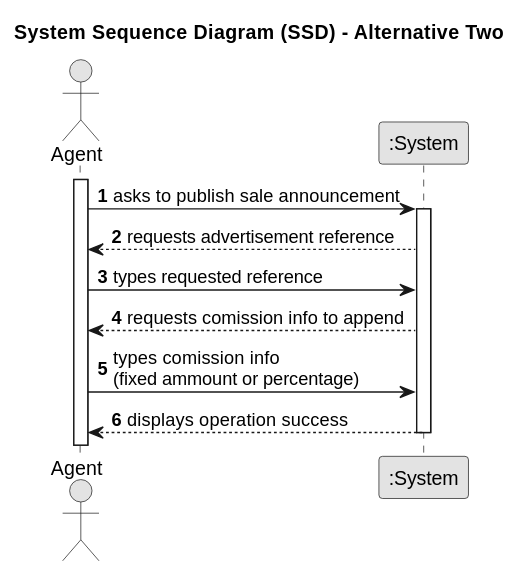
Earlier version of the PlantUML export docs/sprintA/us002/01.requirements-engineering/svg/us002-system-sequence-diagram-alternative-two.svg (PEDROMOREIRA45/lei-23-s2-1dg-g31). The source it was exported from:
```plantuml
@startuml
skinparam monochrome true
skinparam packageStyle rectangle
skinparam shadowing false

title System Sequence Diagram (SSD) - Alternative Two

autonumber

actor "Agent" as Agent
participant ":System" as System

activate Agent

    Agent -> System : asks to publish sale announcement
    activate System

        System --> Agent : requests advertisement reference

        Agent -> System : types requested reference

        System --> Agent : requests comission info to append

        Agent -> System : types comission info\n(fixed ammount or percentage)

        System --> Agent : displays operation success
    deactivate System

@enduml
```
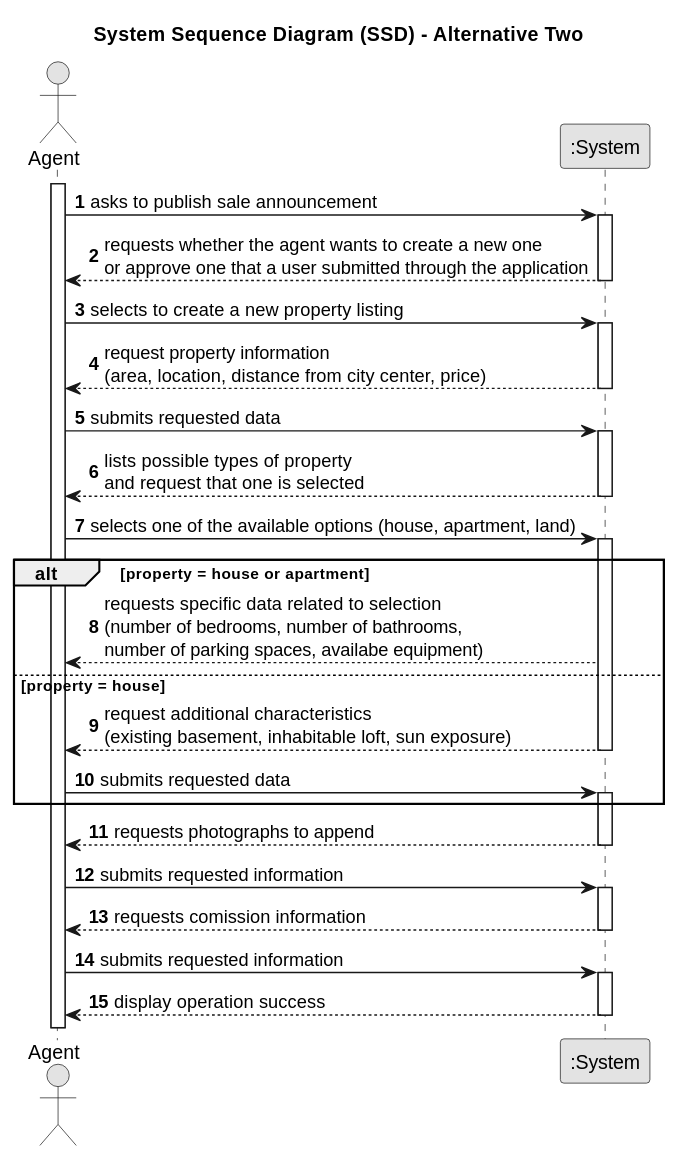
After the commit.

Change to the diagram source:
```diff
@@ -14,16 +14,41 @@
 
     Agent -> System : asks to publish sale announcement
     activate System
+        System --> Agent : requests whether the agent wants to create a new one\nor approve one that a user submitted through the application
+    deactivate System
 
-        System --> Agent : requests advertisement reference
+    Agent -> System : selects to create a new property listing
+    activate System
+        System --> Agent : request property information\n(area, location, distance from city center, price)
+    deactivate System
 
-        Agent -> System : types requested reference
+    Agent -> System : submits requested data
+    activate System
+        System --> Agent : lists possible types of property\nand request that one is selected
+    deactivate System
 
-        System --> Agent : requests comission info to append
+    Agent -> System : selects one of the available options (house, apartment, land)
+    alt property = house or apartment
+    activate System
+        System --> Agent : requests specific data related to selection\n(number of bedrooms, number of bathrooms,\nnumber of parking spaces, availabe equipment)
+    else property = house
+        System --> Agent : request additional characteristics\n(existing basement, inhabitable loft, sun exposure)
+    deactivate System
 
-        Agent -> System : types comission info\n(fixed ammount or percentage)
+    Agent -> System : submits requested data
+    activate System
+    end
+        System --> Agent : requests photographs to append
+    deactivate System
 
-        System --> Agent : displays operation success
+    Agent -> System : submits requested information
+    activate System
+        System --> Agent : requests comission information
+    deactivate System
+
+    Agent -> System : submits requested information
+    activate System
+        System --> Agent : display operation success
     deactivate System
 
 @enduml
```
